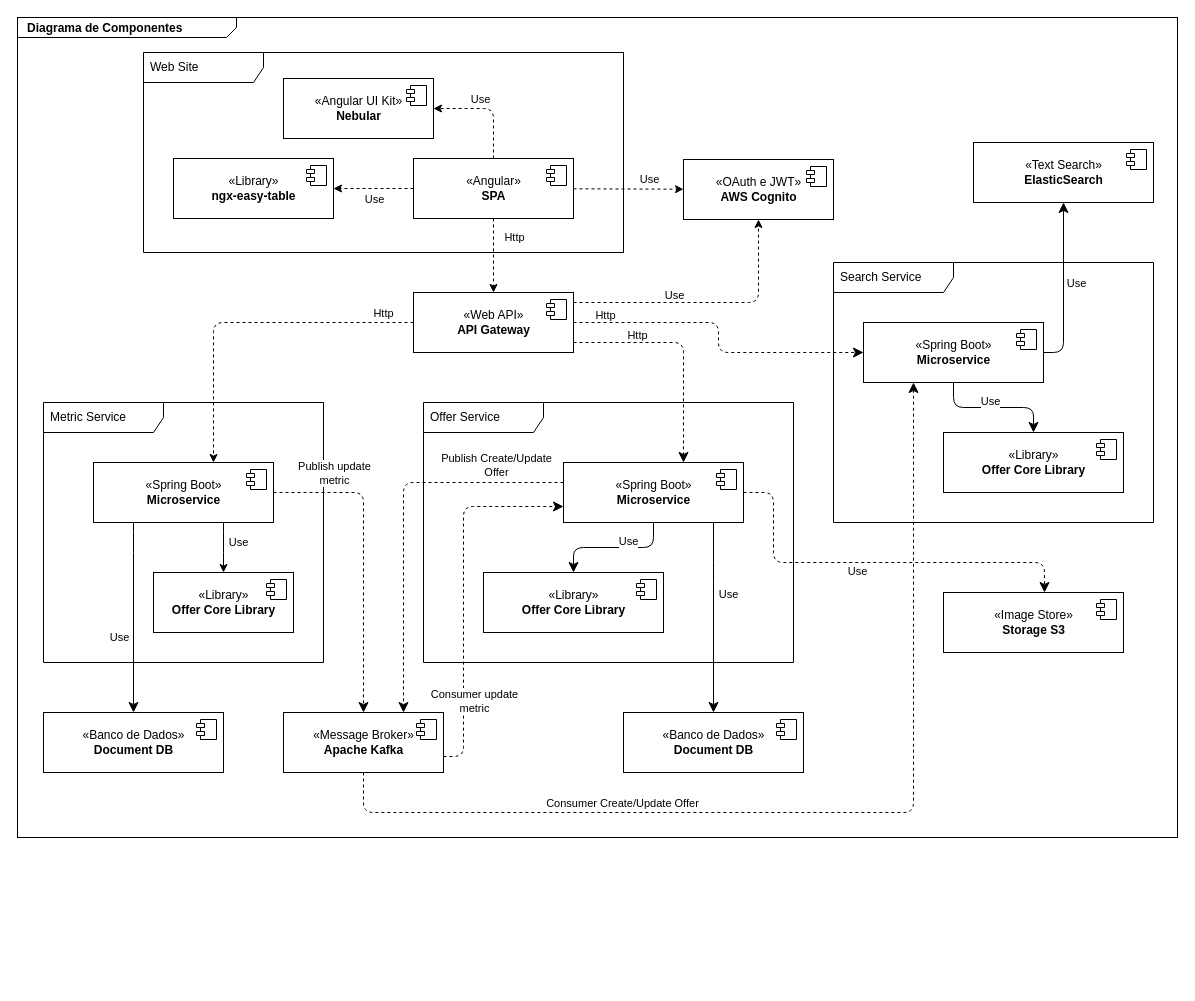
Above: diagrama-componente.drawio in nelsonjunior/offer-documentacao (draw.io), before the change. Source tidied: cells renumbered, new cells numbered last; positions are measured from the earlier drawing's top-left corner, leaving out a move shared by most shapes. Both pictures are drawn from the tidied source at 100%, with x=0, y=0 at pixel (17, 17).
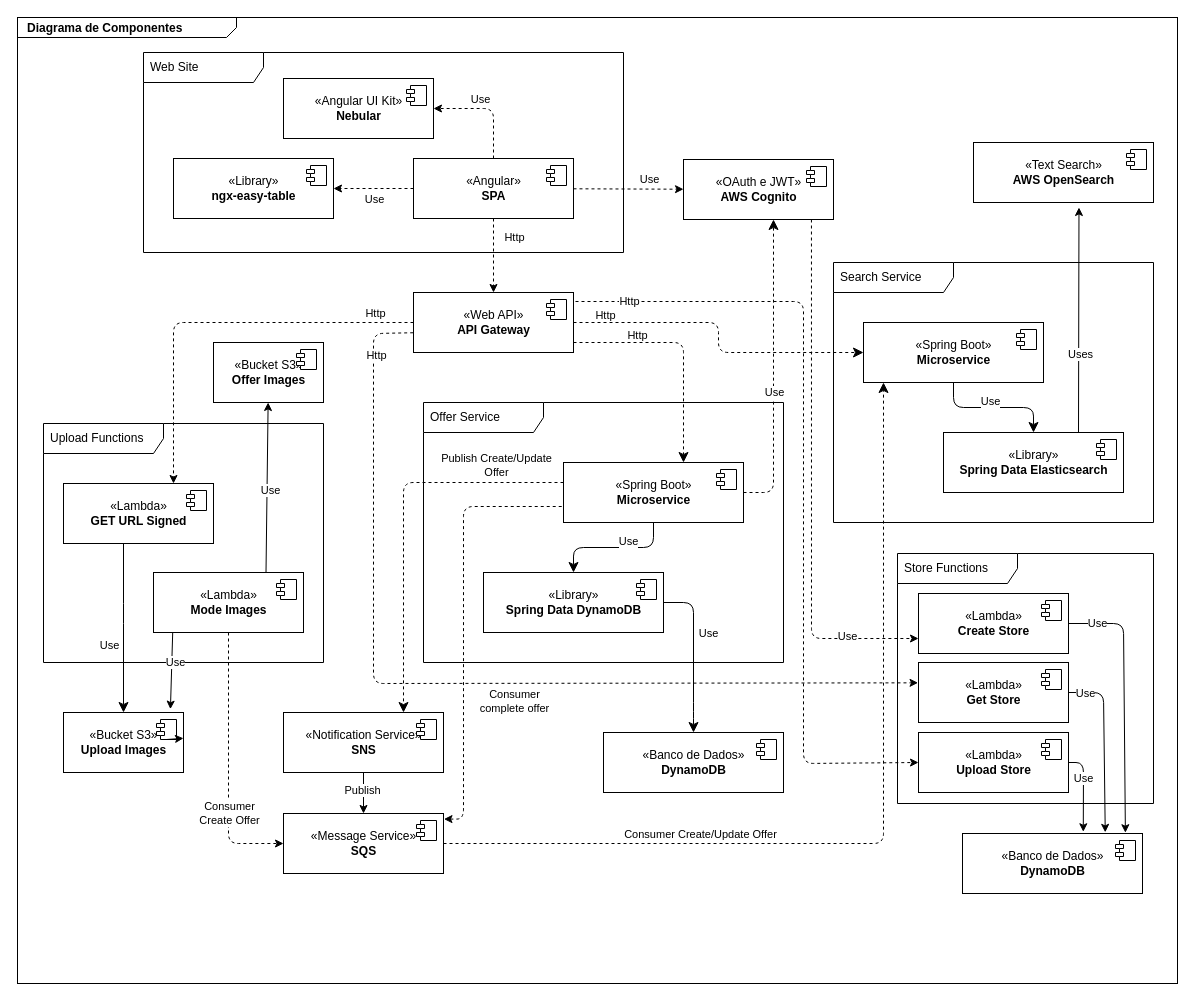
The same diagram, later.

Commit message:
Ajuste diagrama de componente

Unchanged cells that the change refers to:
```xml
<mxCell id="16" value="«OAuth e JWT»&lt;br&gt;&lt;b&gt;AWS Cognito&lt;/b&gt;" style="html=1;" parent="1" vertex="1">
  <mxGeometry x="666" y="142" width="150" height="60" as="geometry" />
</mxCell>
<mxCell id="26" value="«Web API»&lt;br&gt;&lt;b&gt;API Gateway&lt;/b&gt;" style="html=1;" parent="1" vertex="1">
  <mxGeometry x="396" y="275" width="160" height="60" as="geometry" />
</mxCell>
<mxCell id="46" style="shape=module;jettyWidth=8;jettyHeight=4;" parent="45" vertex="1">
  <mxGeometry x="1" width="20" height="20" relative="1" as="geometry">
    <mxPoint x="-27" y="7" as="offset" />
  </mxGeometry>
</mxCell>
<mxCell id="56" value="«Spring Boot»&lt;br&gt;&lt;b&gt;Microservice&lt;/b&gt;" style="html=1;" parent="1" vertex="1">
  <mxGeometry x="546" y="445" width="180" height="60" as="geometry" />
</mxCell>
<mxCell id="67" value="«Spring Boot»&lt;br&gt;&lt;b&gt;Microservice&lt;/b&gt;" style="html=1;" parent="1" vertex="1">
  <mxGeometry x="846" y="305" width="180" height="60" as="geometry" />
</mxCell>
```

Diff of the diagram source:
```diff
@@
     <mxCell id="2" value="&lt;p style=&quot;margin: 0px ; margin-top: 4px ; margin-left: 10px ; text-align: left&quot;&gt;&lt;b&gt;Diagrama de Componentes&lt;/b&gt;&lt;/p&gt;" style="html=1;strokeWidth=1;shape=mxgraph.sysml.package;html=1;overflow=fill;whiteSpace=wrap;labelX=219.74;" parent="1" vertex="1">
-      <mxGeometry width="1160" height="820" as="geometry" />
+      <mxGeometry width="1160" height="966" as="geometry" />
     </mxCell>
@@
+    <mxCell id="77" style="edgeStyle=none;html=1;entryX=0;entryY=0.75;entryDx=0;entryDy=0;startArrow=none;startFill=0;endArrow=classic;endFill=1;exitX=0.853;exitY=1;exitDx=0;exitDy=0;exitPerimeter=0;dashed=1;" parent="1" edge="1" source="16" target="103">
+      <mxGeometry relative="1" as="geometry">
+        <Array as="points">
+          <mxPoint x="794" y="621" />
+        </Array>
+      </mxGeometry>
+    </mxCell>
+    <mxCell id="78" value="Use" style="edgeLabel;html=1;align=center;verticalAlign=middle;" parent="77" vertex="1">
+      <mxGeometry x="0.73" y="3" relative="1" as="geometry" />
+    </mxCell>
@@
-    <mxCell id="18" style="edgeStyle=orthogonalEdgeStyle;html=1;dashed=1;" parent="1" edge="1" source="26" target="16">
-      <mxGeometry relative="1" as="geometry">
-        <Array as="points">
-          <mxPoint x="741" y="285" />
-        </Array>
-      </mxGeometry>
-    </mxCell>
-    <mxCell id="19" value="Use" style="edgeLabel;html=1;align=center;verticalAlign=middle;" parent="18" vertex="1">
-      <mxGeometry x="0.16" y="-2" relative="1" as="geometry">
-        <mxPoint x="-55" y="-10" as="offset" />
-      </mxGeometry>
-    </mxCell>
     <mxCell id="20" style="edgeStyle=orthogonalEdgeStyle;html=1;dashed=1;" parent="1" edge="1" source="26" target="35">
       <mxGeometry relative="1" as="geometry">
         <Array as="points">
-          <mxPoint x="196" y="305" />
+          <mxPoint x="156" y="305" />
         </Array>
       </mxGeometry>
     </mxCell>
@@
+    <mxCell id="79" style="edgeStyle=none;html=1;entryX=-0.003;entryY=0.339;entryDx=0;entryDy=0;startArrow=none;startFill=0;endArrow=classic;endFill=1;exitX=-0.002;exitY=0.671;exitDx=0;exitDy=0;exitPerimeter=0;dashed=1;entryPerimeter=0;" parent="1" edge="1" source="26" target="109">
+      <mxGeometry relative="1" as="geometry">
+        <Array as="points">
+          <mxPoint x="356" y="316" />
+          <mxPoint x="356" y="666" />
+        </Array>
+      </mxGeometry>
+    </mxCell>
+    <mxCell id="80" value="Http" style="edgeLabel;html=1;align=center;verticalAlign=middle;" parent="79" vertex="1">
+      <mxGeometry x="-0.87" y="2" relative="1" as="geometry" />
+    </mxCell>
+    <mxCell id="81" style="edgeStyle=none;html=1;entryX=0;entryY=0.5;entryDx=0;entryDy=0;dashed=1;startArrow=none;startFill=0;endArrow=classic;endFill=1;" parent="1" edge="1" target="113">
+      <mxGeometry relative="1" as="geometry">
+        <mxPoint x="546" y="284" as="sourcePoint" />
+        <Array as="points">
+          <mxPoint x="786" y="284" />
+          <mxPoint x="786" y="746" />
+        </Array>
+      </mxGeometry>
+    </mxCell>
+    <mxCell id="82" value="Http" style="edgeLabel;html=1;align=center;verticalAlign=middle;" parent="81" vertex="1">
+      <mxGeometry x="-0.84" y="1" relative="1" as="geometry" />
+    </mxCell>
@@
-    <mxCell id="28" value="Metric Service" style="shape=umlFrame;whiteSpace=wrap;html=1;width=120;height=30;boundedLbl=1;verticalAlign=middle;align=left;spacingLeft=5;" parent="1" vertex="1">
-      <mxGeometry x="26" y="385" width="280" height="260" as="geometry" />
+    <mxCell id="28" value="Upload Functions" style="shape=umlFrame;whiteSpace=wrap;html=1;width=120;height=30;boundedLbl=1;verticalAlign=middle;align=left;spacingLeft=5;" parent="1" vertex="1">
+      <mxGeometry x="26" y="406" width="280" height="239" as="geometry" />
     </mxCell>
-    <mxCell id="29" style="edgeStyle=orthogonalEdgeStyle;html=1;" parent="1" edge="1" source="35" target="37">
-      <mxGeometry relative="1" as="geometry">
-        <Array as="points">
-          <mxPoint x="206" y="525" />
-          <mxPoint x="206" y="525" />
-        </Array>
-      </mxGeometry>
-    </mxCell>
-    <mxCell id="30" value="Use" style="edgeLabel;html=1;align=center;verticalAlign=middle;" parent="29" vertex="1">
-      <mxGeometry x="-0.26" y="3" relative="1" as="geometry">
-        <mxPoint x="11" as="offset" />
-      </mxGeometry>
-    </mxCell>
-    <mxCell id="31" style="edgeStyle=orthogonalEdgeStyle;html=1;endArrow=classic;endFill=1;endSize=8;dashed=1;" parent="1" edge="1" source="35" target="43">
-      <mxGeometry relative="1" as="geometry" />
-    </mxCell>
-    <mxCell id="32" value="Publish update&lt;br&gt;metric" style="edgeLabel;html=1;align=center;verticalAlign=middle;" parent="31" vertex="1">
-      <mxGeometry x="0.16" y="-2" relative="1" as="geometry">
-        <mxPoint x="-28" y="-110" as="offset" />
-      </mxGeometry>
-    </mxCell>
     <mxCell id="33" style="edgeStyle=orthogonalEdgeStyle;html=1;endArrow=classic;endFill=1;endSize=8;" parent="1" edge="1" source="35" target="45">
       <mxGeometry relative="1" as="geometry">
         <Array as="points">
-          <mxPoint x="116" y="525" />
-          <mxPoint x="116" y="525" />
+          <mxPoint x="106" y="596" />
+          <mxPoint x="106" y="596" />
         </Array>
       </mxGeometry>
     </mxCell>
@@
-    <mxCell id="35" value="«Spring Boot»&lt;br&gt;&lt;b&gt;Microservice&lt;/b&gt;" style="html=1;" parent="1" vertex="1">
-      <mxGeometry x="76" y="445" width="180" height="60" as="geometry" />
+    <mxCell id="35" value="«Lambda»&lt;br&gt;&lt;b&gt;GET URL Signed&lt;/b&gt;" style="html=1;" parent="1" vertex="1">
+      <mxGeometry x="46" y="466" width="150" height="60" as="geometry" />
     </mxCell>
@@
-    <mxCell id="37" value="«Library»&lt;br&gt;&lt;b&gt;Offer Core Library&lt;/b&gt;" style="html=1;" parent="1" vertex="1">
-      <mxGeometry x="136" y="555" width="140" height="60" as="geometry" />
-    </mxCell>
-    <mxCell id="38" style="shape=module;jettyWidth=8;jettyHeight=4;" parent="37" vertex="1">
-      <mxGeometry x="1" width="20" height="20" relative="1" as="geometry">
-        <mxPoint x="-27" y="7" as="offset" />
-      </mxGeometry>
-    </mxCell>
-    <mxCell id="39" style="edgeStyle=orthogonalEdgeStyle;html=1;dashed=1;endArrow=classic;endFill=1;endSize=8;" parent="1" edge="1">
+    <mxCell id="39" style="edgeStyle=orthogonalEdgeStyle;html=1;dashed=1;endArrow=none;endFill=0;endSize=8;exitX=1.003;exitY=0.093;exitDx=0;exitDy=0;startArrow=classic;startFill=1;exitPerimeter=0;" parent="1" edge="1" source="88">
       <mxGeometry relative="1" as="geometry">
-        <mxPoint x="426" y="739" as="sourcePoint" />
         <mxPoint x="546" y="489" as="targetPoint" />
         <Array as="points">
-          <mxPoint x="446" y="739" />
+          <mxPoint x="446" y="802" />
           <mxPoint x="446" y="489" />
         </Array>
       </mxGeometry>
     </mxCell>
-    <mxCell id="40" value="Consumer update&lt;br&gt;metric" style="edgeLabel;html=1;align=center;verticalAlign=middle;" parent="39" vertex="1">
+    <mxCell id="40" value="Consumer &lt;br&gt;complete offer" style="edgeLabel;html=1;align=center;verticalAlign=middle;" parent="39" vertex="1">
       <mxGeometry x="-0.69" y="-2" relative="1" as="geometry">
-        <mxPoint x="8" y="-19" as="offset" />
+        <mxPoint x="48" y="-71" as="offset" />
       </mxGeometry>
     </mxCell>
-    <mxCell id="41" style="edgeStyle=orthogonalEdgeStyle;html=1;endArrow=classic;endFill=1;endSize=8;dashed=1;" parent="1" edge="1" source="43" target="67">
+    <mxCell id="41" style="edgeStyle=orthogonalEdgeStyle;html=1;endArrow=classic;endFill=1;endSize=8;dashed=1;" parent="1" edge="1" source="88" target="67">
       <mxGeometry relative="1" as="geometry">
         <Array as="points">
-          <mxPoint x="346" y="795" />
-          <mxPoint x="896" y="795" />
+          <mxPoint x="866" y="826" />
         </Array>
       </mxGeometry>
     </mxCell>
@@
+    <mxCell id="83" style="edgeStyle=none;html=1;" parent="1" edge="1" source="43" target="88">
+      <mxGeometry relative="1" as="geometry" />
+    </mxCell>
+    <mxCell id="84" value="Publish" style="edgeLabel;html=1;align=center;verticalAlign=middle;" parent="83" vertex="1">
+      <mxGeometry x="-0.17" y="-2" relative="1" as="geometry" />
+    </mxCell>
-    <mxCell id="43" value="«Message Broker»&lt;br&gt;&lt;b&gt;Apache Kafka&lt;/b&gt;" style="html=1;" parent="1" vertex="1">
+    <mxCell id="43" value="«Notification Service»&lt;br&gt;&lt;b&gt;SNS&lt;/b&gt;" style="html=1;" parent="1" vertex="1">
       <mxGeometry x="266" y="695" width="160" height="60" as="geometry" />
     </mxCell>
@@
-    <mxCell id="45" value="«Banco de Dados»&lt;br&gt;&lt;b&gt;Document DB&lt;/b&gt;" style="html=1;" parent="1" vertex="1">
-      <mxGeometry x="26" y="695" width="180" height="60" as="geometry" />
+    <mxCell id="45" value="«Bucket S3»&lt;br&gt;&lt;b&gt;Upload Images&lt;/b&gt;" style="html=1;" parent="1" vertex="1">
+      <mxGeometry x="46" y="695" width="120" height="60" as="geometry" />
     </mxCell>
@@
+    <mxCell id="85" style="edgeStyle=none;html=1;exitX=0.5;exitY=1;exitDx=0;exitDy=0;startArrow=none;startFill=0;endArrow=classic;endFill=1;" parent="45" edge="1" source="46" target="45">
+      <mxGeometry relative="1" as="geometry" />
+    </mxCell>
     <mxCell id="47" value="Offer Service" style="shape=umlFrame;whiteSpace=wrap;html=1;width=120;height=30;boundedLbl=1;verticalAlign=middle;align=left;spacingLeft=5;" parent="1" vertex="1">
-      <mxGeometry x="406" y="385" width="370" height="260" as="geometry" />
+      <mxGeometry x="406" y="385" width="360" height="260" as="geometry" />
     </mxCell>
@@
-    <mxCell id="50" style="edgeStyle=orthogonalEdgeStyle;html=1;entryX=0.5;entryY=0;entryDx=0;entryDy=0;endArrow=classic;endFill=1;endSize=8;" parent="1" edge="1" source="56" target="60">
+    <mxCell id="50" style="edgeStyle=orthogonalEdgeStyle;html=1;entryX=0.5;entryY=0;entryDx=0;entryDy=0;endArrow=classic;endFill=1;endSize=8;exitX=1;exitY=0.5;exitDx=0;exitDy=0;" parent="1" edge="1" source="58" target="60">
       <mxGeometry relative="1" as="geometry">
         <Array as="points">
-          <mxPoint x="696" y="555" />
-          <mxPoint x="696" y="555" />
+          <mxPoint x="676" y="585" />
+          <mxPoint x="676" y="695" />
         </Array>
       </mxGeometry>
     </mxCell>
@@
-    <mxCell id="54" style="edgeStyle=orthogonalEdgeStyle;html=1;dashed=1;endArrow=classic;endFill=1;endSize=8;" parent="1" edge="1" source="56" target="73">
+    <mxCell id="54" style="edgeStyle=orthogonalEdgeStyle;html=1;dashed=1;endArrow=classic;endFill=1;endSize=8;" parent="1" edge="1" source="56" target="16">
       <mxGeometry relative="1" as="geometry">
         <Array as="points">
           <mxPoint x="756" y="475" />
-          <mxPoint x="756" y="545" />
-          <mxPoint x="1027" y="545" />
         </Array>
       </mxGeometry>
     </mxCell>
     <mxCell id="55" value="Use" style="edgeLabel;html=1;align=center;verticalAlign=middle;" parent="54" vertex="1">
       <mxGeometry x="-0.09" y="-5" relative="1" as="geometry">
-        <mxPoint x="1" y="3" as="offset" />
+        <mxPoint x="-5" y="7" as="offset" />
       </mxGeometry>
     </mxCell>
@@
-    <mxCell id="58" value="«Library»&lt;br&gt;&lt;b&gt;Offer Core Library&lt;/b&gt;" style="html=1;" parent="1" vertex="1">
+    <mxCell id="58" value="«Library»&lt;br&gt;&lt;b&gt;Spring Data DynamoDB&lt;/b&gt;" style="html=1;" parent="1" vertex="1">
       <mxGeometry x="466" y="555" width="180" height="60" as="geometry" />
     </mxCell>
@@
-    <mxCell id="60" value="«Banco de Dados»&lt;br&gt;&lt;b&gt;Document DB&lt;/b&gt;" style="html=1;" parent="1" vertex="1">
-      <mxGeometry x="606" y="695" width="180" height="60" as="geometry" />
+    <mxCell id="60" value="«Banco de Dados»&lt;br&gt;&lt;b&gt;DynamoDB&lt;/b&gt;" style="html=1;" parent="1" vertex="1">
+      <mxGeometry x="586" y="715" width="180" height="60" as="geometry" />
     </mxCell>
@@
-    <mxCell id="63" style="edgeStyle=orthogonalEdgeStyle;html=1;endArrow=classic;endFill=1;endSize=8;" parent="1" edge="1" source="67" target="71">
-      <mxGeometry relative="1" as="geometry">
-        <Array as="points">
-          <mxPoint x="1046" y="335" />
-        </Array>
-      </mxGeometry>
-    </mxCell>
-    <mxCell id="64" value="Use" style="edgeLabel;html=1;align=center;verticalAlign=middle;" parent="63" vertex="1">
-      <mxGeometry x="0.47" y="1" relative="1" as="geometry">
-        <mxPoint x="13" y="35" as="offset" />
-      </mxGeometry>
-    </mxCell>
@@
+    <mxCell id="86" style="edgeStyle=none;html=1;entryX=0.586;entryY=1.083;entryDx=0;entryDy=0;entryPerimeter=0;exitX=0.75;exitY=0;exitDx=0;exitDy=0;" parent="1" edge="1" source="69" target="71">
+      <mxGeometry relative="1" as="geometry" />
+    </mxCell>
+    <mxCell id="87" value="Uses" style="edgeLabel;html=1;align=center;verticalAlign=middle;" parent="86" vertex="1">
+      <mxGeometry x="0.26" y="-1" relative="1" as="geometry">
+        <mxPoint y="63" as="offset" />
+      </mxGeometry>
+    </mxCell>
-    <mxCell id="69" value="«Library»&lt;br&gt;&lt;b&gt;Offer Core Library&lt;/b&gt;" style="html=1;" parent="1" vertex="1">
+    <mxCell id="69" value="«Library»&lt;br&gt;&lt;b&gt;Spring Data Elasticsearch&lt;/b&gt;" style="html=1;" parent="1" vertex="1">
       <mxGeometry x="926" y="415" width="180" height="60" as="geometry" />
     </mxCell>
@@
-    <mxCell id="71" value="«Text Search»&lt;br&gt;&lt;b&gt;ElasticSearch&lt;/b&gt;" style="html=1;" parent="1" vertex="1">
+    <mxCell id="71" value="«Text Search»&lt;br&gt;&lt;b&gt;AWS OpenSearch&lt;/b&gt;" style="html=1;" parent="1" vertex="1">
       <mxGeometry x="956" y="125" width="180" height="60" as="geometry" />
     </mxCell>
@@
-    <mxCell id="73" value="«Image Store»&lt;br&gt;&lt;b&gt;Storage S3&lt;/b&gt;" style="html=1;" parent="1" vertex="1">
-      <mxGeometry x="926" y="575" width="180" height="60" as="geometry" />
-    </mxCell>
-    <mxCell id="74" style="shape=module;jettyWidth=8;jettyHeight=4;" parent="73" vertex="1">
-      <mxGeometry x="1" width="20" height="20" relative="1" as="geometry">
-        <mxPoint x="-27" y="7" as="offset" />
-      </mxGeometry>
-    </mxCell>
@@
+    <mxCell id="88" value="«Message Service»&lt;br&gt;&lt;b&gt;SQS&lt;/b&gt;" style="html=1;" parent="1" vertex="1">
+      <mxGeometry x="266" y="796" width="160" height="60" as="geometry" />
+    </mxCell>
+    <mxCell id="89" style="shape=module;jettyWidth=8;jettyHeight=4;" parent="88" vertex="1">
+      <mxGeometry x="1" width="20" height="20" relative="1" as="geometry">
+        <mxPoint x="-27" y="7" as="offset" />
+      </mxGeometry>
+    </mxCell>
+    <mxCell id="90" style="edgeStyle=none;html=1;entryX=0;entryY=0.5;entryDx=0;entryDy=0;dashed=1;" parent="1" edge="1" source="96" target="88">
+      <mxGeometry relative="1" as="geometry">
+        <Array as="points">
+          <mxPoint x="211" y="826" />
+        </Array>
+      </mxGeometry>
+    </mxCell>
+    <mxCell id="91" value="Consumer &lt;br&gt;Create Offer" style="edgeLabel;html=1;align=center;verticalAlign=middle;" parent="90" vertex="1">
+      <mxGeometry x="-0.63" y="4" relative="1" as="geometry">
+        <mxPoint x="-4" y="131" as="offset" />
+      </mxGeometry>
+    </mxCell>
+    <mxCell id="92" style="edgeStyle=none;html=1;startArrow=none;startFill=0;endArrow=classic;endFill=1;exitX=0.128;exitY=1.003;exitDx=0;exitDy=0;exitPerimeter=0;entryX=0.891;entryY=-0.056;entryDx=0;entryDy=0;entryPerimeter=0;" parent="1" edge="1" source="96" target="45">
+      <mxGeometry relative="1" as="geometry" />
+    </mxCell>
+    <mxCell id="93" value="Use" style="edgeLabel;html=1;align=center;verticalAlign=middle;" parent="92" vertex="1">
+      <mxGeometry x="-0.23" y="3" relative="1" as="geometry" />
+    </mxCell>
+    <mxCell id="94" style="edgeStyle=none;html=1;startArrow=none;startFill=0;endArrow=classic;endFill=1;exitX=0.75;exitY=0;exitDx=0;exitDy=0;" parent="1" edge="1" source="96" target="98">
+      <mxGeometry relative="1" as="geometry" />
+    </mxCell>
+    <mxCell id="95" value="Use" style="edgeLabel;html=1;align=center;verticalAlign=middle;" parent="94" vertex="1">
+      <mxGeometry x="-0.02" y="-3" relative="1" as="geometry" />
+    </mxCell>
+    <mxCell id="96" value="«Lambda»&lt;br&gt;&lt;b&gt;Mode Images&lt;/b&gt;" style="html=1;" parent="1" vertex="1">
+      <mxGeometry x="136" y="555" width="150" height="60" as="geometry" />
+    </mxCell>
+    <mxCell id="97" style="shape=module;jettyWidth=8;jettyHeight=4;" parent="96" vertex="1">
+      <mxGeometry x="1" width="20" height="20" relative="1" as="geometry">
+        <mxPoint x="-27" y="7" as="offset" />
+      </mxGeometry>
+    </mxCell>
+    <mxCell id="98" value="«Bucket S3»&lt;br&gt;&lt;b&gt;Offer Images&lt;/b&gt;" style="html=1;" parent="1" vertex="1">
+      <mxGeometry x="196" y="325" width="110" height="60" as="geometry" />
+    </mxCell>
+    <mxCell id="99" style="shape=module;jettyWidth=8;jettyHeight=4;" parent="98" vertex="1">
+      <mxGeometry x="1" width="20" height="20" relative="1" as="geometry">
+        <mxPoint x="-27" y="7" as="offset" />
+      </mxGeometry>
+    </mxCell>
+    <mxCell id="100" value="Store Functions" style="shape=umlFrame;whiteSpace=wrap;html=1;width=120;height=30;boundedLbl=1;verticalAlign=middle;align=left;spacingLeft=5;" parent="1" vertex="1">
+      <mxGeometry x="880" y="536" width="256" height="250" as="geometry" />
+    </mxCell>
+    <mxCell id="101" style="edgeStyle=none;html=1;startArrow=none;startFill=0;endArrow=classic;endFill=1;entryX=0.905;entryY=-0.013;entryDx=0;entryDy=0;entryPerimeter=0;" parent="1" edge="1" source="103" target="105">
+      <mxGeometry relative="1" as="geometry">
+        <Array as="points">
+          <mxPoint x="1106" y="606" />
+        </Array>
+      </mxGeometry>
+    </mxCell>
+    <mxCell id="102" value="Use" style="edgeLabel;html=1;align=center;verticalAlign=middle;" parent="101" vertex="1">
+      <mxGeometry x="-0.79" y="1" relative="1" as="geometry" />
+    </mxCell>
+    <mxCell id="103" value="«Lambda»&lt;br&gt;&lt;b&gt;Create Store&lt;/b&gt;" style="html=1;" parent="1" vertex="1">
+      <mxGeometry x="901" y="576" width="150" height="60" as="geometry" />
+    </mxCell>
+    <mxCell id="104" style="shape=module;jettyWidth=8;jettyHeight=4;" parent="103" vertex="1">
+      <mxGeometry x="1" width="20" height="20" relative="1" as="geometry">
+        <mxPoint x="-27" y="7" as="offset" />
+      </mxGeometry>
+    </mxCell>
+    <mxCell id="105" value="«Banco de Dados»&lt;br&gt;&lt;b&gt;DynamoDB&lt;/b&gt;" style="html=1;" parent="1" vertex="1">
+      <mxGeometry x="945" y="816" width="180" height="60" as="geometry" />
+    </mxCell>
+    <mxCell id="106" style="shape=module;jettyWidth=8;jettyHeight=4;" parent="105" vertex="1">
+      <mxGeometry x="1" width="20" height="20" relative="1" as="geometry">
+        <mxPoint x="-27" y="7" as="offset" />
+      </mxGeometry>
+    </mxCell>
+    <mxCell id="107" style="edgeStyle=none;html=1;startArrow=none;startFill=0;endArrow=classic;endFill=1;entryX=0.793;entryY=-0.019;entryDx=0;entryDy=0;entryPerimeter=0;" parent="1" edge="1" source="109" target="105">
+      <mxGeometry relative="1" as="geometry">
+        <Array as="points">
+          <mxPoint x="1086" y="675" />
+        </Array>
+      </mxGeometry>
+    </mxCell>
+    <mxCell id="108" value="Use" style="edgeLabel;html=1;align=center;verticalAlign=middle;" parent="107" vertex="1">
+      <mxGeometry x="-0.82" relative="1" as="geometry" />
+    </mxCell>
+    <mxCell id="109" value="«Lambda»&lt;br&gt;&lt;b&gt;Get Store&lt;/b&gt;" style="html=1;" parent="1" vertex="1">
+      <mxGeometry x="901" y="645" width="150" height="60" as="geometry" />
+    </mxCell>
+    <mxCell id="110" style="shape=module;jettyWidth=8;jettyHeight=4;" parent="109" vertex="1">
+      <mxGeometry x="1" width="20" height="20" relative="1" as="geometry">
+        <mxPoint x="-27" y="7" as="offset" />
+      </mxGeometry>
+    </mxCell>
+    <mxCell id="111" style="edgeStyle=none;html=1;startArrow=none;startFill=0;endArrow=classic;endFill=1;entryX=0.671;entryY=-0.029;entryDx=0;entryDy=0;entryPerimeter=0;" parent="1" edge="1" source="113" target="105">
+      <mxGeometry relative="1" as="geometry">
+        <Array as="points">
+          <mxPoint x="1066" y="745" />
+        </Array>
+      </mxGeometry>
+    </mxCell>
+    <mxCell id="112" value="Use" style="edgeLabel;html=1;align=center;verticalAlign=middle;" parent="111" vertex="1">
+      <mxGeometry x="-0.26" relative="1" as="geometry" />
+    </mxCell>
+    <mxCell id="113" value="«Lambda»&lt;br&gt;&lt;b&gt;Upload Store&lt;/b&gt;" style="html=1;" parent="1" vertex="1">
+      <mxGeometry x="901" y="715" width="150" height="60" as="geometry" />
+    </mxCell>
+    <mxCell id="114" style="shape=module;jettyWidth=8;jettyHeight=4;" parent="113" vertex="1">
+      <mxGeometry x="1" width="20" height="20" relative="1" as="geometry">
+        <mxPoint x="-27" y="7" as="offset" />
+      </mxGeometry>
+    </mxCell>
```
